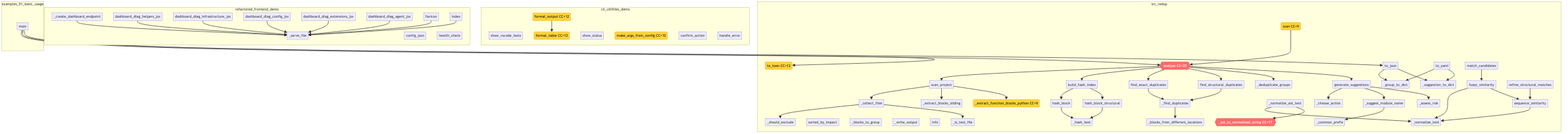
Earlier version of the Mermaid export project/flow.png (semcod/redup). Its source is kept beside it as project/flow.mmd. Source of this version:
```mermaid
flowchart TD
    subgraph cli_utilities_demo
        cli_utilities_demo__show_vscode_tests["show_vscode_tests"]
        cli_utilities_demo__show_status["show_status"]
        cli_utilities_demo__make_args_from_config("make_args_from_config CC=10")
        cli_utilities_demo__confirm_action["confirm_action"]
        cli_utilities_demo__format_output("format_output CC=12")
        cli_utilities_demo__format_table("format_table CC=12")
        cli_utilities_demo__handle_error["handle_error"]
    end
    subgraph examples_01_basic_usage
        examples__01_basic_usage__main["main"]
    end
    subgraph refactored_frontend_demo
        refactored_frontend_demo___serve_file["_serve_file"]
        refactored_frontend_demo___create_dashboard_endpoi["_create_dashboard_endpoint"]
        refactored_frontend_demo__dashboard_diag_helpers_j["dashboard_diag_helpers_jsx"]
        refactored_frontend_demo__dashboard_diag_infrastru["dashboard_diag_infrastructure_jsx"]
        refactored_frontend_demo__dashboard_diag_config_js["dashboard_diag_config_jsx"]
        refactored_frontend_demo__dashboard_diag_extension["dashboard_diag_extensions_jsx"]
        refactored_frontend_demo__dashboard_diag_agent_jsx["dashboard_diag_agent_jsx"]
        refactored_frontend_demo__favicon["favicon"]
        refactored_frontend_demo__index["index"]
        refactored_frontend_demo__config_json["config_json"]
        refactored_frontend_demo__health_check["health_check"]
    end
    subgraph src_redup
        src__redup__core__planner___common_prefix["_common_prefix"]
        src__redup__core__planner___suggest_module_name["_suggest_module_name"]
        src__redup__core__planner___assess_risk["_assess_risk"]
        src__redup__core__planner___choose_action["_choose_action"]
        src__redup__core__planner__generate_suggestions["generate_suggestions"]
        src__sorted_by_impact["sorted_by_impact"]
        src__redup__core__pipeline___blocks_to_group["_blocks_to_group"]
        src__redup__core__pipeline___deduplicate_groups["_deduplicate_groups"]
        src__redup__core__pipeline__analyze{{analyze CC=20}}
        src___group_to_dict["_group_to_dict"]
        src___suggestion_to_dict["_suggestion_to_dict"]
        src__redup__reporters__json_reporter__to_json["to_json"]
        src__redup__reporters__toon_reporter__to_toon("to_toon CC=12")
        src__redup__reporters__yaml_reporter__to_yaml["to_yaml"]
        src__redup__core__scanner___should_exclude["_should_exclude"]
        src__redup__core__scanner___collect_files["_collect_files"]
        src__redup__core__scanner___is_test_file["_is_test_file"]
        src__redup__core__scanner___extract_blocks_sliding["_extract_blocks_sliding"]
        src___extract_function_blocks_python("_extract_function_blocks_python CC=9")
        src__redup__core__scanner__scan_project["scan_project"]
        src__redup__cli_app__main___write_output["_write_output"]
        src__redup__cli_app__main__scan("scan CC=9")
        src__redup__cli_app__main__info["info"]
        src__redup__core__matcher__sequence_similarity["sequence_similarity"]
        src__redup__core__matcher__fuzzy_similarity["fuzzy_similarity"]
        src__redup__core__matcher__match_candidates["match_candidates"]
        src__refine_structural_matches["refine_structural_matches"]
        src__redup__core__hasher___normalize_text["_normalize_text"]
        src__redup__core__hasher___normalize_ast_text["_normalize_ast_text"]
        src___ast_to_normalized_string{{_ast_to_normalized_string CC=17}}
        src__redup__core__hasher___hash_text["_hash_text"]
        src__redup__core__hasher__hash_block["hash_block"]
        src__redup__core__hasher__hash_block_structural["hash_block_structural"]
        src__redup__core__hasher__build_hash_index["build_hash_index"]
        src__redup__core__hasher___find_duplicates["_find_duplicates"]
        src__redup__core__hasher__find_exact_duplicates["find_exact_duplicates"]
        src__find_structural_duplicates["find_structural_duplicates"]
        src___blocks_from_different_locations["_blocks_from_different_locations"]
    end
    examples__01_basic_usage__main --> src__redup__core__pipeline__analyze
    examples__01_basic_usage__main --> src__redup__reporters__toon_reporter__to_toon
    examples__01_basic_usage__main --> src__redup__reporters__json_reporter__to_json
    refactored_frontend_demo___create_dashboard_endpoi --> refactored_frontend_demo___serve_file
    refactored_frontend_demo__dashboard_diag_helpers_j --> refactored_frontend_demo___serve_file
    refactored_frontend_demo__dashboard_diag_infrastru --> refactored_frontend_demo___serve_file
    refactored_frontend_demo__dashboard_diag_config_js --> refactored_frontend_demo___serve_file
    refactored_frontend_demo__dashboard_diag_extension --> refactored_frontend_demo___serve_file
    refactored_frontend_demo__dashboard_diag_agent_jsx --> refactored_frontend_demo___serve_file
    refactored_frontend_demo__favicon --> refactored_frontend_demo___serve_file
    refactored_frontend_demo__index --> refactored_frontend_demo___serve_file
    cli_utilities_demo__format_output --> cli_utilities_demo__format_table
    src__redup__core__planner___suggest_module_name --> src__redup__core__planner___common_prefix
    src__redup__core__planner__generate_suggestions --> src__redup__core__planner___choose_action
    src__redup__core__planner__generate_suggestions --> src__redup__core__planner___suggest_module_name
    src__redup__core__planner__generate_suggestions --> src__redup__core__planner___assess_risk
    src__redup__core__pipeline__analyze --> src__redup__core__scanner__scan_project
    src__redup__core__pipeline__analyze --> src__redup__core__hasher__build_hash_index
    src__redup__core__pipeline__analyze --> src__redup__core__hasher__find_exact_duplicates
    src__redup__core__pipeline__analyze --> src__find_structural_duplicates
    src__redup__core__pipeline__analyze --> src__redup__core__pipeline___deduplicate_groups
    src__redup__core__pipeline__analyze --> src__redup__core__planner__generate_suggestions
    src__redup__reporters__json_reporter__to_json --> src___group_to_dict
    src__redup__reporters__json_reporter__to_json --> src___suggestion_to_dict
    src__redup__reporters__yaml_reporter__to_yaml --> src___group_to_dict
    src__redup__reporters__yaml_reporter__to_yaml --> src___suggestion_to_dict
    src__redup__core__scanner___collect_files --> src__redup__core__scanner___should_exclude
    src__redup__core__scanner___collect_files --> src__redup__core__scanner___is_test_file
    src__redup__core__scanner__scan_project --> src__redup__core__scanner___collect_files
    src__redup__core__scanner__scan_project --> src__redup__core__scanner___extract_blocks_sliding
    src__redup__core__scanner__scan_project --> src___extract_function_blocks_python
    src__redup__cli_app__main__scan --> src__redup__core__pipeline__analyze
    src__redup__core__matcher__sequence_similarity --> src__redup__core__hasher___normalize_text
    src__redup__core__matcher__fuzzy_similarity --> src__redup__core__hasher___normalize_text
    src__redup__core__matcher__fuzzy_similarity --> src__redup__core__matcher__sequence_similarity
    src__redup__core__matcher__match_candidates --> src__redup__core__matcher__fuzzy_similarity
    src__refine_structural_matches --> src__redup__core__matcher__sequence_similarity
    src__redup__core__hasher___normalize_ast_text --> src__redup__core__hasher___normalize_text
    src__redup__core__hasher___normalize_ast_text --> src___ast_to_normalized_string
    src__redup__core__hasher__hash_block --> src__redup__core__hasher___hash_text
    src__redup__core__hasher__hash_block_structural --> src__redup__core__hasher___hash_text
    src__redup__core__hasher__build_hash_index --> src__redup__core__hasher__hash_block
    src__redup__core__hasher__build_hash_index --> src__redup__core__hasher__hash_block_structural
    src__redup__core__hasher___find_duplicates --> src___blocks_from_different_locations
    src__redup__core__hasher__find_exact_duplicates --> src__redup__core__hasher___find_duplicates
    src__find_structural_duplicates --> src__redup__core__hasher___find_duplicates

    classDef highCC fill:#ff6b6b,stroke:#c92a2a,color:#fff
    classDef medCC fill:#ffd43b,stroke:#f08c00,color:#000
    class src__redup__core__pipeline__analyze,src___ast_to_normalized_string highCC
    class cli_utilities_demo__make_args_from_config,cli_utilities_demo__format_output,cli_utilities_demo__format_table,src__redup__reporters__toon_reporter__to_toon,src___extract_function_blocks_python,src__redup__cli_app__main__scan medCC
```
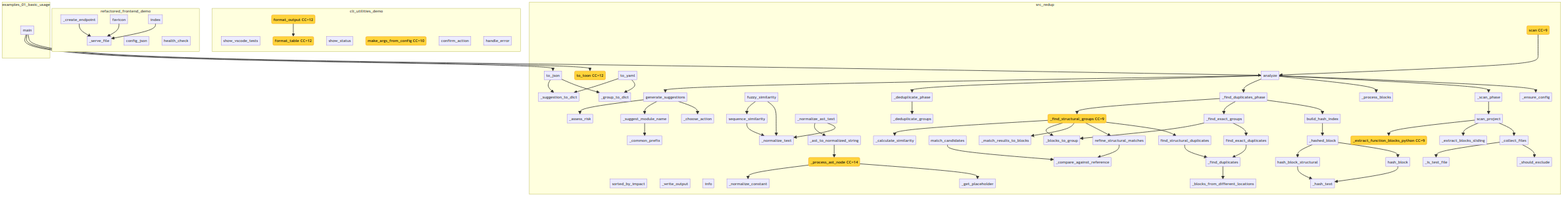
Above is the later version.

Change to the diagram source:
```diff
@@ -13,12 +13,7 @@
     end
     subgraph refactored_frontend_demo
         refactored_frontend_demo___serve_file["_serve_file"]
-        refactored_frontend_demo___create_dashboard_endpoi["_create_dashboard_endpoint"]
-        refactored_frontend_demo__dashboard_diag_helpers_j["dashboard_diag_helpers_jsx"]
-        refactored_frontend_demo__dashboard_diag_infrastru["dashboard_diag_infrastructure_jsx"]
-        refactored_frontend_demo__dashboard_diag_config_js["dashboard_diag_config_jsx"]
-        refactored_frontend_demo__dashboard_diag_extension["dashboard_diag_extensions_jsx"]
-        refactored_frontend_demo__dashboard_diag_agent_jsx["dashboard_diag_agent_jsx"]
+        refactored_frontend_demo___create_endpoint["_create_endpoint"]
         refactored_frontend_demo__favicon["favicon"]
         refactored_frontend_demo__index["index"]
         refactored_frontend_demo__config_json["config_json"]
@@ -30,49 +25,58 @@
         src__redup__core__planner___assess_risk["_assess_risk"]
         src__redup__core__planner___choose_action["_choose_action"]
         src__redup__core__planner__generate_suggestions["generate_suggestions"]
-        src__sorted_by_impact["sorted_by_impact"]
-        src__redup__core__pipeline___blocks_to_group["_blocks_to_group"]
-        src__redup__core__pipeline___deduplicate_groups["_deduplicate_groups"]
-        src__redup__core__pipeline__analyze{{analyze CC=20}}
-        src___group_to_dict["_group_to_dict"]
-        src___suggestion_to_dict["_suggestion_to_dict"]
-        src__redup__reporters__json_reporter__to_json["to_json"]
-        src__redup__reporters__toon_reporter__to_toon("to_toon CC=12")
-        src__redup__reporters__yaml_reporter__to_yaml["to_yaml"]
         src__redup__core__scanner___should_exclude["_should_exclude"]
         src__redup__core__scanner___collect_files["_collect_files"]
         src__redup__core__scanner___is_test_file["_is_test_file"]
         src__redup__core__scanner___extract_blocks_sliding["_extract_blocks_sliding"]
         src___extract_function_blocks_python("_extract_function_blocks_python CC=9")
         src__redup__core__scanner__scan_project["scan_project"]
+        src__sorted_by_impact["sorted_by_impact"]
+        src___group_to_dict["_group_to_dict"]
+        src___suggestion_to_dict["_suggestion_to_dict"]
+        src__redup__reporters__json_reporter__to_json["to_json"]
+        src__redup__reporters__toon_reporter__to_toon("to_toon CC=12")
+        src__redup__reporters__yaml_reporter__to_yaml["to_yaml"]
         src__redup__cli_app__main___write_output["_write_output"]
         src__redup__cli_app__main__scan("scan CC=9")
         src__redup__cli_app__main__info["info"]
         src__redup__core__matcher__sequence_similarity["sequence_similarity"]
         src__redup__core__matcher__fuzzy_similarity["fuzzy_similarity"]
+        src___compare_against_reference["_compare_against_reference"]
         src__redup__core__matcher__match_candidates["match_candidates"]
         src__refine_structural_matches["refine_structural_matches"]
         src__redup__core__hasher___normalize_text["_normalize_text"]
         src__redup__core__hasher___normalize_ast_text["_normalize_ast_text"]
-        src___ast_to_normalized_string{{_ast_to_normalized_string CC=17}}
+        src___ast_to_normalized_string["_ast_to_normalized_string"]
+        src__redup__core__hasher___process_ast_node("_process_ast_node CC=14")
+        src__redup__core__hasher___get_placeholder["_get_placeholder"]
+        src__redup__core__hasher___normalize_constant["_normalize_constant"]
         src__redup__core__hasher___hash_text["_hash_text"]
         src__redup__core__hasher__hash_block["hash_block"]
         src__redup__core__hasher__hash_block_structural["hash_block_structural"]
+        src__redup__core__hasher___hashed_block["_hashed_block"]
         src__redup__core__hasher__build_hash_index["build_hash_index"]
         src__redup__core__hasher___find_duplicates["_find_duplicates"]
         src__redup__core__hasher__find_exact_duplicates["find_exact_duplicates"]
         src__find_structural_duplicates["find_structural_duplicates"]
         src___blocks_from_different_locations["_blocks_from_different_locations"]
+        src__redup__core__pipeline___blocks_to_group["_blocks_to_group"]
+        src__redup__core__pipeline___deduplicate_groups["_deduplicate_groups"]
+        src__redup__core__pipeline__analyze["analyze"]
+        src__redup__core__pipeline___ensure_config["_ensure_config"]
+        src__redup__core__pipeline___scan_phase["_scan_phase"]
+        src__redup__core__pipeline___process_blocks["_process_blocks"]
+        src__redup__core__pipeline___find_duplicates_phase["_find_duplicates_phase"]
+        src__redup__core__pipeline___find_exact_groups["_find_exact_groups"]
+        src___find_structural_groups("_find_structural_groups CC=9")
+        src__redup__core__pipeline___deduplicate_phase["_deduplicate_phase"]
+        src___match_results_to_blocks["_match_results_to_blocks"]
+        src__redup__core__pipeline___calculate_similarity["_calculate_similarity"]
     end
     examples__01_basic_usage__main --> src__redup__core__pipeline__analyze
     examples__01_basic_usage__main --> src__redup__reporters__toon_reporter__to_toon
     examples__01_basic_usage__main --> src__redup__reporters__json_reporter__to_json
-    refactored_frontend_demo___create_dashboard_endpoi --> refactored_frontend_demo___serve_file
-    refactored_frontend_demo__dashboard_diag_helpers_j --> refactored_frontend_demo___serve_file
-    refactored_frontend_demo__dashboard_diag_infrastru --> refactored_frontend_demo___serve_file
-    refactored_frontend_demo__dashboard_diag_config_js --> refactored_frontend_demo___serve_file
-    refactored_frontend_demo__dashboard_diag_extension --> refactored_frontend_demo___serve_file
-    refactored_frontend_demo__dashboard_diag_agent_jsx --> refactored_frontend_demo___serve_file
+    refactored_frontend_demo___create_endpoint --> refactored_frontend_demo___serve_file
     refactored_frontend_demo__favicon --> refactored_frontend_demo___serve_file
     refactored_frontend_demo__index --> refactored_frontend_demo___serve_file
     cli_utilities_demo__format_output --> cli_utilities_demo__format_table
@@ -80,38 +84,53 @@
     src__redup__core__planner__generate_suggestions --> src__redup__core__planner___choose_action
     src__redup__core__planner__generate_suggestions --> src__redup__core__planner___suggest_module_name
     src__redup__core__planner__generate_suggestions --> src__redup__core__planner___assess_risk
-    src__redup__core__pipeline__analyze --> src__redup__core__scanner__scan_project
-    src__redup__core__pipeline__analyze --> src__redup__core__hasher__build_hash_index
-    src__redup__core__pipeline__analyze --> src__redup__core__hasher__find_exact_duplicates
-    src__redup__core__pipeline__analyze --> src__find_structural_duplicates
-    src__redup__core__pipeline__analyze --> src__redup__core__pipeline___deduplicate_groups
-    src__redup__core__pipeline__analyze --> src__redup__core__planner__generate_suggestions
-    src__redup__reporters__json_reporter__to_json --> src___group_to_dict
-    src__redup__reporters__json_reporter__to_json --> src___suggestion_to_dict
-    src__redup__reporters__yaml_reporter__to_yaml --> src___group_to_dict
-    src__redup__reporters__yaml_reporter__to_yaml --> src___suggestion_to_dict
     src__redup__core__scanner___collect_files --> src__redup__core__scanner___should_exclude
     src__redup__core__scanner___collect_files --> src__redup__core__scanner___is_test_file
     src__redup__core__scanner__scan_project --> src__redup__core__scanner___collect_files
     src__redup__core__scanner__scan_project --> src__redup__core__scanner___extract_blocks_sliding
     src__redup__core__scanner__scan_project --> src___extract_function_blocks_python
+    src__redup__reporters__json_reporter__to_json --> src___group_to_dict
+    src__redup__reporters__json_reporter__to_json --> src___suggestion_to_dict
+    src__redup__reporters__yaml_reporter__to_yaml --> src___group_to_dict
+    src__redup__reporters__yaml_reporter__to_yaml --> src___suggestion_to_dict
     src__redup__cli_app__main__scan --> src__redup__core__pipeline__analyze
     src__redup__core__matcher__sequence_similarity --> src__redup__core__hasher___normalize_text
     src__redup__core__matcher__fuzzy_similarity --> src__redup__core__hasher___normalize_text
     src__redup__core__matcher__fuzzy_similarity --> src__redup__core__matcher__sequence_similarity
-    src__redup__core__matcher__match_candidates --> src__redup__core__matcher__fuzzy_similarity
-    src__refine_structural_matches --> src__redup__core__matcher__sequence_similarity
+    src__redup__core__matcher__match_candidates --> src___compare_against_reference
+    src__refine_structural_matches --> src___compare_against_reference
     src__redup__core__hasher___normalize_ast_text --> src__redup__core__hasher___normalize_text
     src__redup__core__hasher___normalize_ast_text --> src___ast_to_normalized_string
+    src___ast_to_normalized_string --> src__redup__core__hasher___process_ast_node
+    src__redup__core__hasher___process_ast_node --> src__redup__core__hasher___get_placeholder
+    src__redup__core__hasher___process_ast_node --> src__redup__core__hasher___normalize_constant
     src__redup__core__hasher__hash_block --> src__redup__core__hasher___hash_text
     src__redup__core__hasher__hash_block_structural --> src__redup__core__hasher___hash_text
-    src__redup__core__hasher__build_hash_index --> src__redup__core__hasher__hash_block
-    src__redup__core__hasher__build_hash_index --> src__redup__core__hasher__hash_block_structural
+    src__redup__core__hasher___hashed_block --> src__redup__core__hasher__hash_block
+    src__redup__core__hasher___hashed_block --> src__redup__core__hasher__hash_block_structural
+    src__redup__core__hasher__build_hash_index --> src__redup__core__hasher___hashed_block
     src__redup__core__hasher___find_duplicates --> src___blocks_from_different_locations
     src__redup__core__hasher__find_exact_duplicates --> src__redup__core__hasher___find_duplicates
     src__find_structural_duplicates --> src__redup__core__hasher___find_duplicates
+    src__redup__core__pipeline__analyze --> src__redup__core__pipeline___ensure_config
+    src__redup__core__pipeline__analyze --> src__redup__core__pipeline___scan_phase
+    src__redup__core__pipeline__analyze --> src__redup__core__pipeline___process_blocks
+    src__redup__core__pipeline__analyze --> src__redup__core__pipeline___find_duplicates_phase
+    src__redup__core__pipeline__analyze --> src__redup__core__pipeline___deduplicate_phase
+    src__redup__core__pipeline__analyze --> src__redup__core__planner__generate_suggestions
+    src__redup__core__pipeline___scan_phase --> src__redup__core__scanner__scan_project
+    src__redup__core__pipeline___find_duplicates_phase --> src__redup__core__hasher__build_hash_index
+    src__redup__core__pipeline___find_duplicates_phase --> src__redup__core__pipeline___find_exact_groups
+    src__redup__core__pipeline___find_duplicates_phase --> src___find_structural_groups
+    src__redup__core__pipeline___find_exact_groups --> src__redup__core__hasher__find_exact_duplicates
+    src__redup__core__pipeline___find_exact_groups --> src__redup__core__pipeline___blocks_to_group
+    src___find_structural_groups --> src__find_structural_duplicates
+    src___find_structural_groups --> src__refine_structural_matches
+    src___find_structural_groups --> src___match_results_to_blocks
+    src___find_structural_groups --> src__redup__core__pipeline___blocks_to_group
+    src___find_structural_groups --> src__redup__core__pipeline___calculate_similarity
+    src__redup__core__pipeline___deduplicate_phase --> src__redup__core__pipeline___deduplicate_groups
 
     classDef highCC fill:#ff6b6b,stroke:#c92a2a,color:#fff
     classDef medCC fill:#ffd43b,stroke:#f08c00,color:#000
-    class src__redup__core__pipeline__analyze,src___ast_to_normalized_string highCC
-    class cli_utilities_demo__make_args_from_config,cli_utilities_demo__format_output,cli_utilities_demo__format_table,src__redup__reporters__toon_reporter__to_toon,src___extract_function_blocks_python,src__redup__cli_app__main__scan medCC
+    class cli_utilities_demo__make_args_from_config,cli_utilities_demo__format_output,cli_utilities_demo__format_table,src___extract_function_blocks_python,src__redup__reporters__toon_reporter__to_toon,src__redup__cli_app__main__scan,src__redup__core__hasher___process_ast_node,src___find_structural_groups medCC
```
